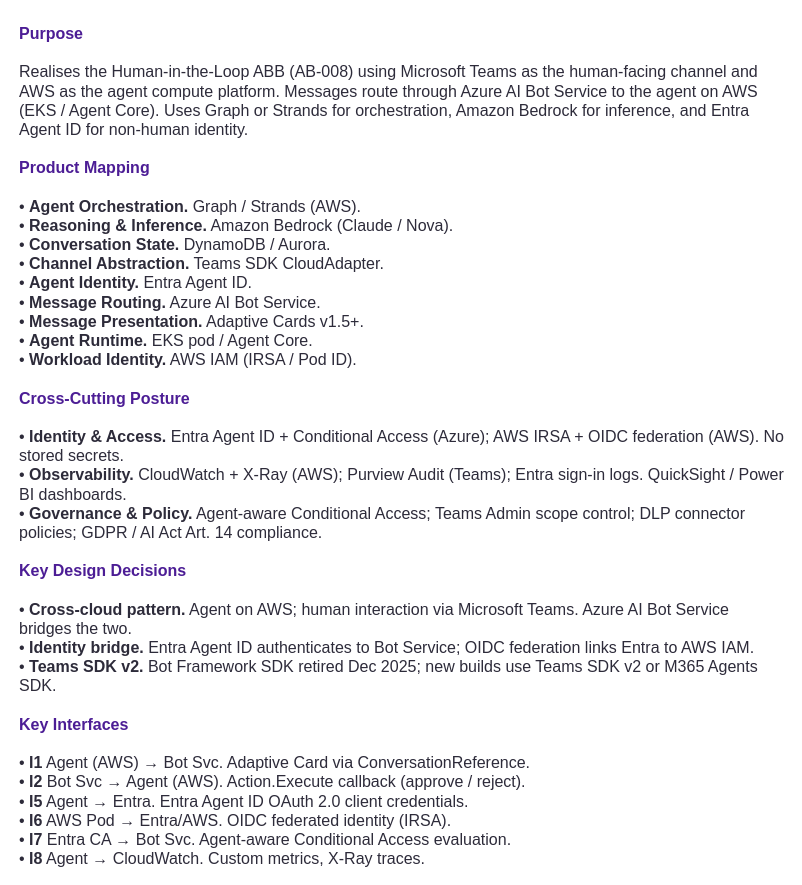
Earlier version of the draw.io diagram standards/building-blocks/solution-building-block/example/summary.drawio (dermot-obrien/ai-assisted-architecture). Source tidied: cells renumbered, new cells numbered last; positions are measured from the earlier drawing's top-left corner, leaving out a move shared by most shapes. Both pictures are drawn from the tidied source at 100%, with x=0, y=0 at pixel (17, 17).
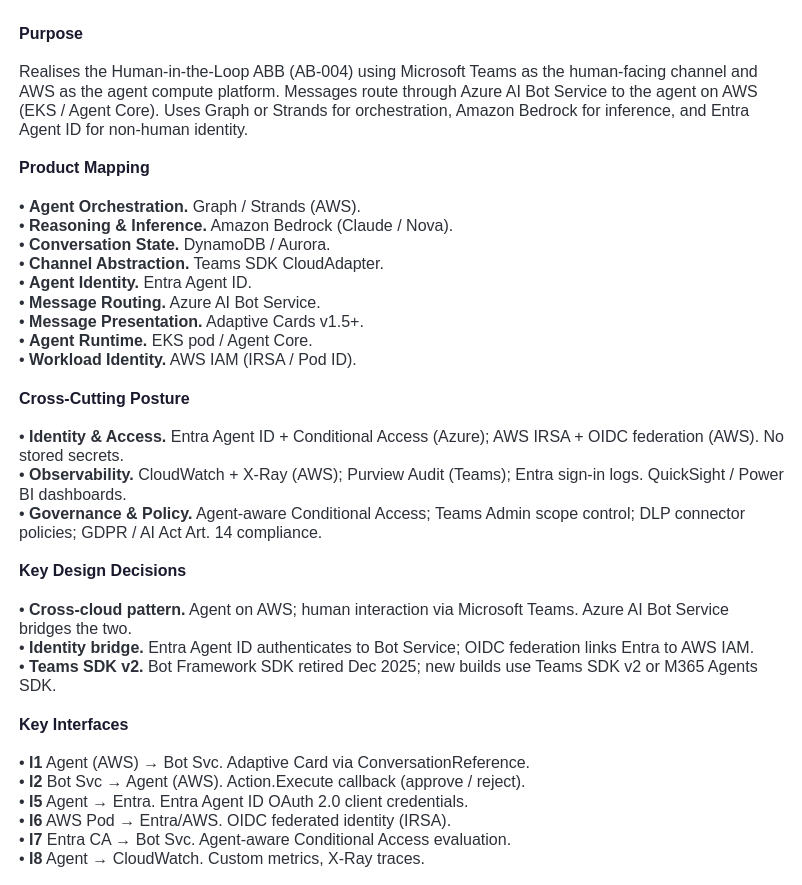
The same page after the edit.

The edit, as a diff of the source:
```diff
@@
 <mxGraphModel background="#FFFFFF">
   <root>
     <mxCell id="0" />
     <mxCell id="1" parent="0" />
-    <mxCell id="2" value="&lt;b style=&quot;color:#4C1D95;&quot;&gt;Purpose&lt;/b&gt;&lt;br&gt;&lt;br&gt;Realises the Human-in-the-Loop ABB (AB-008) using Microsoft Teams as the human-facing channel and AWS as the agent compute platform. Messages route through Azure AI Bot Service to the agent on AWS (EKS / Agent Core). Uses Graph or Strands for orchestration, Amazon Bedrock for inference, and Entra Agent ID for non-human identity.&lt;br&gt;&lt;br&gt;&lt;b style=&quot;color:#4C1D95;&quot;&gt;Product Mapping&lt;/b&gt;&lt;br&gt;&lt;br&gt;• &lt;b&gt;Agent Orchestration.&lt;/b&gt; Graph / Strands (AWS).&lt;br&gt;• &lt;b&gt;Reasoning &amp;amp; Inference.&lt;/b&gt; Amazon Bedrock (Claude / Nova).&lt;br&gt;• &lt;b&gt;Conversation State.&lt;/b&gt; DynamoDB / Aurora.&lt;br&gt;• &lt;b&gt;Channel Abstraction.&lt;/b&gt; Teams SDK CloudAdapter.&lt;br&gt;• &lt;b&gt;Agent Identity.&lt;/b&gt; Entra Agent ID.&lt;br&gt;• &lt;b&gt;Message Routing.&lt;/b&gt; Azure AI Bot Service.&lt;br&gt;• &lt;b&gt;Message Presentation.&lt;/b&gt; Adaptive Cards v1.5+.&lt;br&gt;• &lt;b&gt;Agent Runtime.&lt;/b&gt; EKS pod / Agent Core.&lt;br&gt;• &lt;b&gt;Workload Identity.&lt;/b&gt; AWS IAM (IRSA / Pod ID).&lt;br&gt;&lt;br&gt;&lt;b style=&quot;color:#4C1D95;&quot;&gt;Cross-Cutting Posture&lt;/b&gt;&lt;br&gt;&lt;br&gt;• &lt;b&gt;Identity &amp;amp; Access.&lt;/b&gt; Entra Agent ID + Conditional Access (Azure); AWS IRSA + OIDC federation (AWS). No stored secrets.&lt;br&gt;• &lt;b&gt;Observability.&lt;/b&gt; CloudWatch + X-Ray (AWS); Purview Audit (Teams); Entra sign-in logs. QuickSight / Power BI dashboards.&lt;br&gt;• &lt;b&gt;Governance &amp;amp; Policy.&lt;/b&gt; Agent-aware Conditional Access; Teams Admin scope control; DLP connector policies; GDPR / AI Act Art. 14 compliance.&lt;br&gt;&lt;br&gt;&lt;b style=&quot;color:#4C1D95;&quot;&gt;Key Design Decisions&lt;/b&gt;&lt;br&gt;&lt;br&gt;• &lt;b&gt;Cross-cloud pattern.&lt;/b&gt; Agent on AWS; human interaction via Microsoft Teams. Azure AI Bot Service bridges the two.&lt;br&gt;• &lt;b&gt;Identity bridge.&lt;/b&gt; Entra Agent ID authenticates to Bot Service; OIDC federation links Entra to AWS IAM.&lt;br&gt;• &lt;b&gt;Teams SDK v2.&lt;/b&gt; Bot Framework SDK retired Dec 2025; new builds use Teams SDK v2 or M365 Agents SDK.&lt;br&gt;&lt;br&gt;&lt;b style=&quot;color:#4C1D95;&quot;&gt;Key Interfaces&lt;/b&gt;&lt;br&gt;&lt;br&gt;• &lt;b&gt;I1&lt;/b&gt; Agent (AWS) → Bot Svc. Adaptive Card via ConversationReference.&lt;br&gt;• &lt;b&gt;I2&lt;/b&gt; Bot Svc → Agent (AWS). Action.Execute callback (approve / reject).&lt;br&gt;• &lt;b&gt;I5&lt;/b&gt; Agent → Entra. Entra Agent ID OAuth 2.0 client credentials.&lt;br&gt;• &lt;b&gt;I6&lt;/b&gt; AWS Pod → Entra/AWS. OIDC federated identity (IRSA).&lt;br&gt;• &lt;b&gt;I7&lt;/b&gt; Entra CA → Bot Svc. Agent-aware Conditional Access evaluation.&lt;br&gt;• &lt;b&gt;I8&lt;/b&gt; Agent → CloudWatch. Custom metrics, X-Ray traces." style="text;html=1;align=left;verticalAlign=top;fontSize=16;fontFamily=Helvetica;fontColor=#2D2B3A;fillColor=none;strokeColor=none;whiteSpace=wrap;spacingTop=0;spacingLeft=0;" parent="1" vertex="1">
+    <mxCell id="2" value="&lt;b style=&quot;color:#1A1A2E;&quot;&gt;Purpose&lt;/b&gt;&lt;br&gt;&lt;br&gt;Realises the Human-in-the-Loop ABB (AB-004) using Microsoft Teams as the human-facing channel and AWS as the agent compute platform. Messages route through Azure AI Bot Service to the agent on AWS (EKS / Agent Core). Uses Graph or Strands for orchestration, Amazon Bedrock for inference, and Entra Agent ID for non-human identity.&lt;br&gt;&lt;br&gt;&lt;b style=&quot;color:#1A1A2E;&quot;&gt;Product Mapping&lt;/b&gt;&lt;br&gt;&lt;br&gt;• &lt;b&gt;Agent Orchestration.&lt;/b&gt; Graph / Strands (AWS).&lt;br&gt;• &lt;b&gt;Reasoning &amp;amp; Inference.&lt;/b&gt; Amazon Bedrock (Claude / Nova).&lt;br&gt;• &lt;b&gt;Conversation State.&lt;/b&gt; DynamoDB / Aurora.&lt;br&gt;• &lt;b&gt;Channel Abstraction.&lt;/b&gt; Teams SDK CloudAdapter.&lt;br&gt;• &lt;b&gt;Agent Identity.&lt;/b&gt; Entra Agent ID.&lt;br&gt;• &lt;b&gt;Message Routing.&lt;/b&gt; Azure AI Bot Service.&lt;br&gt;• &lt;b&gt;Message Presentation.&lt;/b&gt; Adaptive Cards v1.5+.&lt;br&gt;• &lt;b&gt;Agent Runtime.&lt;/b&gt; EKS pod / Agent Core.&lt;br&gt;• &lt;b&gt;Workload Identity.&lt;/b&gt; AWS IAM (IRSA / Pod ID).&lt;br&gt;&lt;br&gt;&lt;b style=&quot;color:#1A1A2E;&quot;&gt;Cross-Cutting Posture&lt;/b&gt;&lt;br&gt;&lt;br&gt;• &lt;b&gt;Identity &amp;amp; Access.&lt;/b&gt; Entra Agent ID + Conditional Access (Azure); AWS IRSA + OIDC federation (AWS). No stored secrets.&lt;br&gt;• &lt;b&gt;Observability.&lt;/b&gt; CloudWatch + X-Ray (AWS); Purview Audit (Teams); Entra sign-in logs. QuickSight / Power BI dashboards.&lt;br&gt;• &lt;b&gt;Governance &amp;amp; Policy.&lt;/b&gt; Agent-aware Conditional Access; Teams Admin scope control; DLP connector policies; GDPR / AI Act Art. 14 compliance.&lt;br&gt;&lt;br&gt;&lt;b style=&quot;color:#1A1A2E;&quot;&gt;Key Design Decisions&lt;/b&gt;&lt;br&gt;&lt;br&gt;• &lt;b&gt;Cross-cloud pattern.&lt;/b&gt; Agent on AWS; human interaction via Microsoft Teams. Azure AI Bot Service bridges the two.&lt;br&gt;• &lt;b&gt;Identity bridge.&lt;/b&gt; Entra Agent ID authenticates to Bot Service; OIDC federation links Entra to AWS IAM.&lt;br&gt;• &lt;b&gt;Teams SDK v2.&lt;/b&gt; Bot Framework SDK retired Dec 2025; new builds use Teams SDK v2 or M365 Agents SDK.&lt;br&gt;&lt;br&gt;&lt;b style=&quot;color:#1A1A2E;&quot;&gt;Key Interfaces&lt;/b&gt;&lt;br&gt;&lt;br&gt;• &lt;b&gt;I1&lt;/b&gt; Agent (AWS) → Bot Svc. Adaptive Card via ConversationReference.&lt;br&gt;• &lt;b&gt;I2&lt;/b&gt; Bot Svc → Agent (AWS). Action.Execute callback (approve / reject).&lt;br&gt;• &lt;b&gt;I5&lt;/b&gt; Agent → Entra. Entra Agent ID OAuth 2.0 client credentials.&lt;br&gt;• &lt;b&gt;I6&lt;/b&gt; AWS Pod → Entra/AWS. OIDC federated identity (IRSA).&lt;br&gt;• &lt;b&gt;I7&lt;/b&gt; Entra CA → Bot Svc. Agent-aware Conditional Access evaluation.&lt;br&gt;• &lt;b&gt;I8&lt;/b&gt; Agent → CloudWatch. Custom metrics, X-Ray traces." style="text;html=1;align=left;verticalAlign=top;fontSize=16;fontFamily=Helvetica;fontColor=#2C3038;fillColor=none;strokeColor=none;whiteSpace=wrap;spacingTop=0;spacingLeft=0;" parent="1" vertex="1">
       <mxGeometry width="768" height="660" as="geometry" />
     </mxCell>
   </root>
 </mxGraphModel>
```
